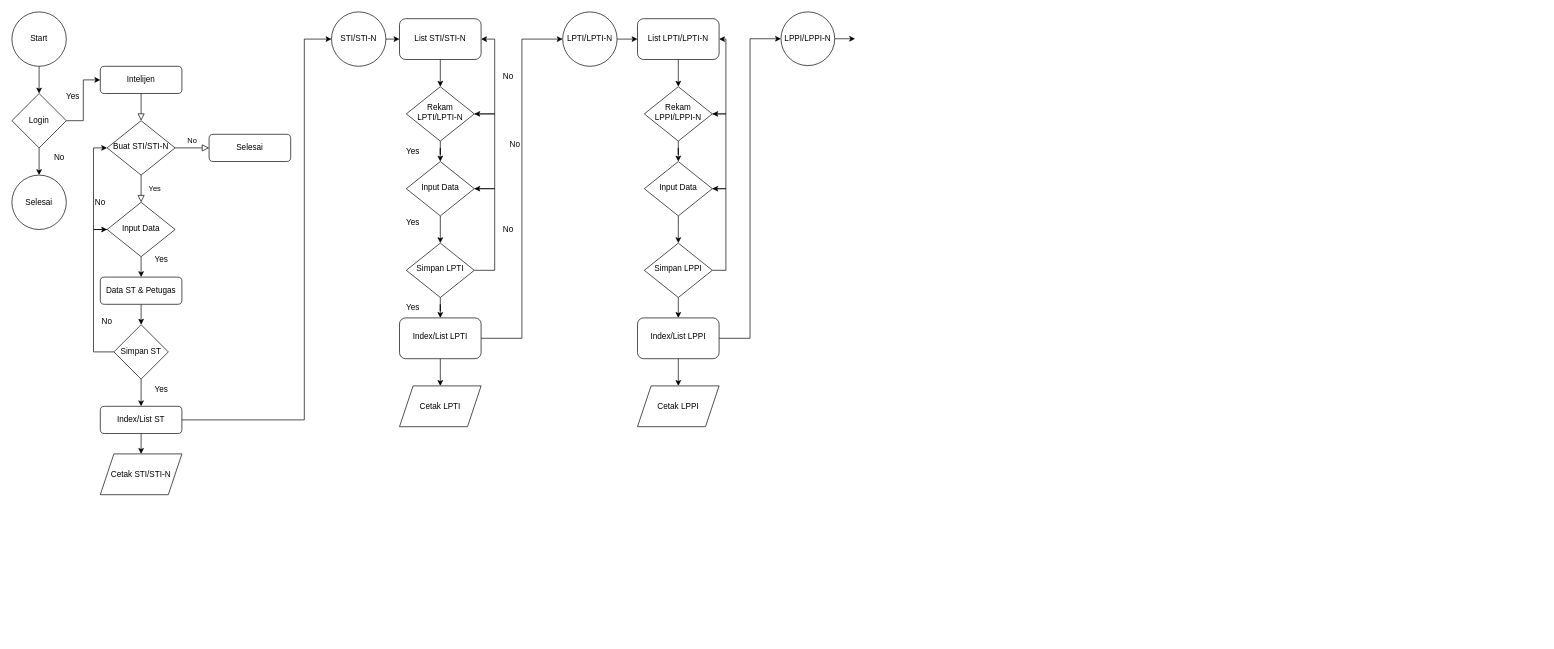
This is matoa.drawio from ridhobc/nento-resolusi, a draw.io file, before an edit. Source tidied: cells renumbered, new cells numbered last; positions are measured from the earlier drawing's top-left corner, leaving out a move shared by most shapes. Both pictures are drawn from the tidied source at 68%, with x=0, y=0 at pixel (12, 12).
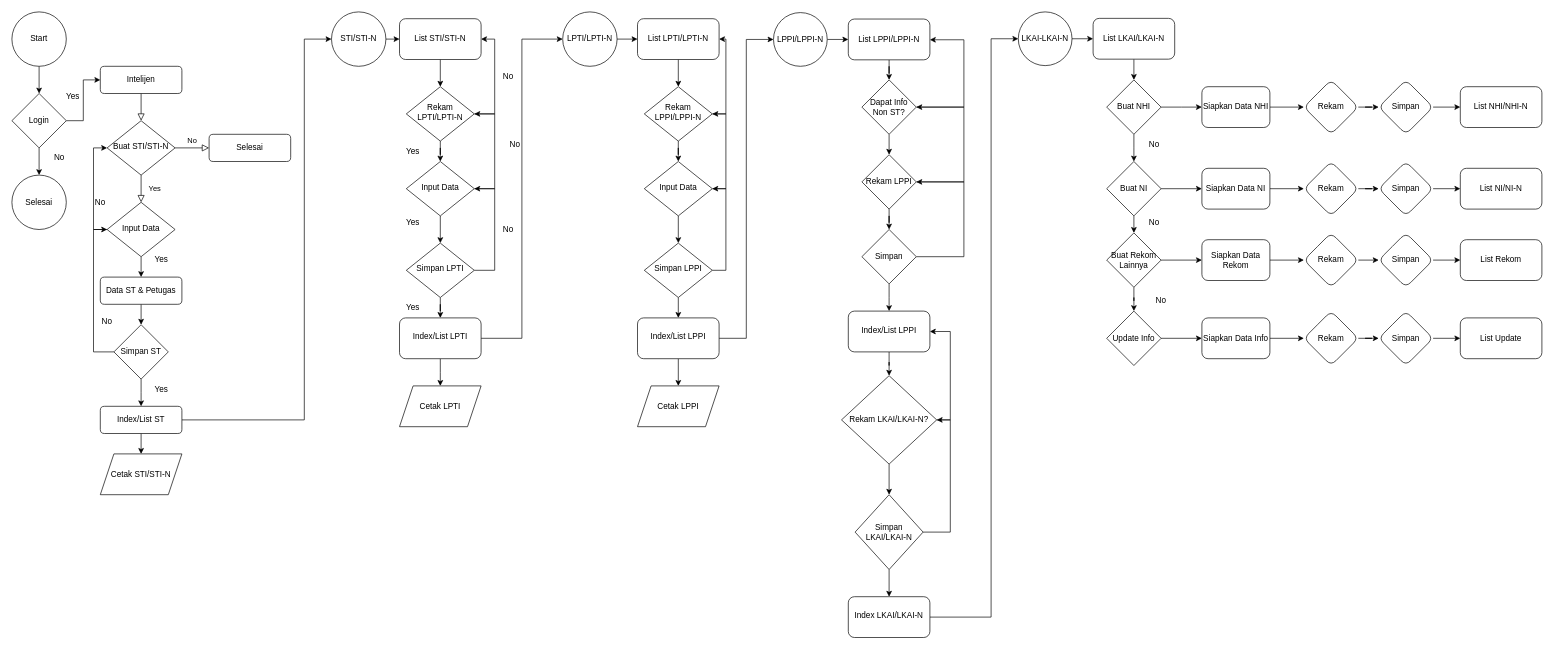
After the change.

Diff of the diagram source:
```diff
@@
-    <mxCell id="72" style="edgeStyle=orthogonalEdgeStyle;rounded=0;jettySize=auto;html=1;" parent="1" edge="1" source="73">
-      <mxGeometry relative="1" as="geometry">
-        <mxPoint x="1240" y="39.5" as="targetPoint" />
-      </mxGeometry>
-    </mxCell>
+    <mxCell id="74" style="edgeStyle=orthogonalEdgeStyle;rounded=0;jettySize=auto;html=1;exitX=1;exitY=0.5;exitDx=0;exitDy=0;entryX=0;entryY=0.5;entryDx=0;entryDy=0;" parent="1" edge="1" source="73" target="76">
+      <mxGeometry relative="1" as="geometry" />
+    </mxCell>
     <mxCell id="73" value="LPPI/LPPI-N" style="ellipse;whiteSpace=wrap;html=1;" parent="1" vertex="1">
-      <mxGeometry x="1131" width="79" height="79" as="geometry" />
+      <mxGeometry x="1120" y="1" width="79" height="79" as="geometry" />
     </mxCell>
+    <mxCell id="75" style="edgeStyle=orthogonalEdgeStyle;rounded=0;jettySize=auto;html=1;entryX=0.5;entryY=0;entryDx=0;entryDy=0;" parent="1" edge="1" source="76" target="79">
+      <mxGeometry relative="1" as="geometry" />
+    </mxCell>
+    <mxCell id="76" value="List LPPI/LPPI-N" style="rounded=1;whiteSpace=wrap;html=1;" parent="1" vertex="1">
+      <mxGeometry x="1230" y="10.5" width="120" height="60" as="geometry" />
+    </mxCell>
+    <mxCell id="77" style="edgeStyle=orthogonalEdgeStyle;rounded=0;jettySize=auto;html=1;exitX=0.5;exitY=1;exitDx=0;exitDy=0;" parent="1" edge="1" source="79">
+      <mxGeometry relative="1" as="geometry">
+        <mxPoint x="1290" y="210" as="targetPoint" />
+      </mxGeometry>
+    </mxCell>
+    <mxCell id="78" style="edgeStyle=orthogonalEdgeStyle;rounded=0;jettySize=auto;html=1;exitX=1;exitY=0.5;exitDx=0;exitDy=0;" parent="1" edge="1" source="79" target="76">
+      <mxGeometry relative="1" as="geometry">
+        <Array as="points">
+          <mxPoint x="1400" y="140" />
+          <mxPoint x="1400" y="41" />
+        </Array>
+      </mxGeometry>
+    </mxCell>
+    <mxCell id="79" value="Dapat Info Non ST?" style="rhombus;whiteSpace=wrap;html=1;" parent="1" vertex="1">
+      <mxGeometry x="1250" y="100" width="80" height="80" as="geometry" />
+    </mxCell>
+    <mxCell id="80" style="edgeStyle=orthogonalEdgeStyle;rounded=0;jettySize=auto;html=1;exitX=1;exitY=0.5;exitDx=0;exitDy=0;entryX=1;entryY=0.5;entryDx=0;entryDy=0;" parent="1" edge="1" source="82" target="79">
+      <mxGeometry relative="1" as="geometry">
+        <Array as="points">
+          <mxPoint x="1400" y="250" />
+          <mxPoint x="1400" y="140" />
+        </Array>
+      </mxGeometry>
+    </mxCell>
+    <mxCell id="81" style="edgeStyle=orthogonalEdgeStyle;rounded=0;jettySize=auto;html=1;exitX=0.5;exitY=1;exitDx=0;exitDy=0;" parent="1" edge="1" source="82" target="85">
+      <mxGeometry relative="1" as="geometry" />
+    </mxCell>
+    <mxCell id="82" value="Rekam LPPI" style="rhombus;whiteSpace=wrap;html=1;" parent="1" vertex="1">
+      <mxGeometry x="1250" y="210" width="80" height="80" as="geometry" />
+    </mxCell>
+    <mxCell id="83" style="edgeStyle=orthogonalEdgeStyle;rounded=0;jettySize=auto;html=1;exitX=1;exitY=0.5;exitDx=0;exitDy=0;entryX=1;entryY=0.5;entryDx=0;entryDy=0;" parent="1" edge="1" source="85" target="82">
+      <mxGeometry relative="1" as="geometry">
+        <Array as="points">
+          <mxPoint x="1400" y="360" />
+          <mxPoint x="1400" y="250" />
+        </Array>
+      </mxGeometry>
+    </mxCell>
+    <mxCell id="84" style="edgeStyle=orthogonalEdgeStyle;rounded=0;jettySize=auto;html=1;exitX=0.5;exitY=1;exitDx=0;exitDy=0;" parent="1" edge="1" source="85">
+      <mxGeometry relative="1" as="geometry">
+        <mxPoint x="1290" y="440" as="targetPoint" />
+      </mxGeometry>
+    </mxCell>
+    <mxCell id="85" value="Simpan" style="rhombus;whiteSpace=wrap;html=1;" parent="1" vertex="1">
+      <mxGeometry x="1250" y="320" width="80" height="80" as="geometry" />
+    </mxCell>
+    <mxCell id="86" style="edgeStyle=orthogonalEdgeStyle;rounded=0;jettySize=auto;html=1;entryX=0.5;entryY=0;entryDx=0;entryDy=0;" parent="1" edge="1" source="87" target="90">
+      <mxGeometry relative="1" as="geometry" />
+    </mxCell>
+    <mxCell id="87" value="Index/List LPPI" style="rounded=1;whiteSpace=wrap;html=1;shadow=0;strokeWidth=1;spacing=6;spacingTop=-4;" parent="1" vertex="1">
+      <mxGeometry x="1230" y="440" width="120" height="60" as="geometry" />
+    </mxCell>
+    <mxCell id="88" style="edgeStyle=orthogonalEdgeStyle;rounded=0;jettySize=auto;html=1;exitX=1;exitY=0.5;exitDx=0;exitDy=0;entryX=1;entryY=0.5;entryDx=0;entryDy=0;" parent="1" edge="1" source="90" target="87">
+      <mxGeometry relative="1" as="geometry" />
+    </mxCell>
+    <mxCell id="89" style="edgeStyle=orthogonalEdgeStyle;rounded=0;jettySize=auto;html=1;" parent="1" edge="1" source="90" target="93">
+      <mxGeometry relative="1" as="geometry" />
+    </mxCell>
+    <mxCell id="90" value="Rekam LKAI/LKAI-N?&lt;br&gt;" style="rhombus;whiteSpace=wrap;html=1;" parent="1" vertex="1">
+      <mxGeometry x="1220" y="535" width="140" height="130" as="geometry" />
+    </mxCell>
+    <mxCell id="91" style="edgeStyle=orthogonalEdgeStyle;rounded=0;jettySize=auto;html=1;exitX=1;exitY=0.5;exitDx=0;exitDy=0;entryX=1;entryY=0.5;entryDx=0;entryDy=0;" parent="1" edge="1" source="93" target="90">
+      <mxGeometry relative="1" as="geometry">
+        <Array as="points">
+          <mxPoint x="1380" y="765" />
+          <mxPoint x="1380" y="600" />
+        </Array>
+      </mxGeometry>
+    </mxCell>
+    <mxCell id="92" style="edgeStyle=orthogonalEdgeStyle;rounded=0;jettySize=auto;html=1;exitX=0.5;exitY=1;exitDx=0;exitDy=0;" parent="1" edge="1" source="93" target="95">
+      <mxGeometry relative="1" as="geometry" />
+    </mxCell>
+    <mxCell id="93" value="Simpan LKAI/LKAI-N" style="rhombus;whiteSpace=wrap;html=1;" parent="1" vertex="1">
+      <mxGeometry x="1240" y="710" width="100" height="110" as="geometry" />
+    </mxCell>
+    <mxCell id="94" style="edgeStyle=orthogonalEdgeStyle;rounded=0;jettySize=auto;html=1;exitX=1;exitY=0.5;exitDx=0;exitDy=0;entryX=0;entryY=0.5;entryDx=0;entryDy=0;" parent="1" edge="1" source="95" target="97">
+      <mxGeometry relative="1" as="geometry">
+        <Array as="points">
+          <mxPoint x="1440" y="890" />
+          <mxPoint x="1440" y="40" />
+        </Array>
+      </mxGeometry>
+    </mxCell>
+    <mxCell id="95" value="Index LKAI/LKAI-N" style="rounded=1;whiteSpace=wrap;html=1;shadow=0;strokeWidth=1;spacing=6;spacingTop=-4;" parent="1" vertex="1">
+      <mxGeometry x="1230" y="860" width="120" height="60" as="geometry" />
+    </mxCell>
+    <mxCell id="96" style="edgeStyle=orthogonalEdgeStyle;rounded=0;jettySize=auto;html=1;exitX=1;exitY=0.5;exitDx=0;exitDy=0;entryX=0;entryY=0.5;entryDx=0;entryDy=0;" parent="1" edge="1" source="97" target="99">
+      <mxGeometry relative="1" as="geometry" />
+    </mxCell>
+    <mxCell id="97" value="LKAI-LKAI-N" style="ellipse;whiteSpace=wrap;html=1;" parent="1" vertex="1">
+      <mxGeometry x="1480" width="79" height="79" as="geometry" />
+    </mxCell>
+    <mxCell id="98" style="edgeStyle=orthogonalEdgeStyle;rounded=0;jettySize=auto;html=1;exitX=0.5;exitY=1;exitDx=0;exitDy=0;" parent="1" edge="1" source="99">
+      <mxGeometry relative="1" as="geometry">
+        <mxPoint x="1650" y="100" as="targetPoint" />
+      </mxGeometry>
+    </mxCell>
+    <mxCell id="99" value="List LKAI/LKAI-N" style="rounded=1;whiteSpace=wrap;html=1;" parent="1" vertex="1">
+      <mxGeometry x="1590" y="9.5" width="120" height="60" as="geometry" />
+    </mxCell>
+    <mxCell id="100" style="edgeStyle=orthogonalEdgeStyle;rounded=0;jettySize=auto;html=1;exitX=0.5;exitY=1;exitDx=0;exitDy=0;" parent="1" edge="1" source="102">
+      <mxGeometry relative="1" as="geometry">
+        <mxPoint x="1650" y="220" as="targetPoint" />
+      </mxGeometry>
+    </mxCell>
+    <mxCell id="101" style="edgeStyle=orthogonalEdgeStyle;rounded=0;jettySize=auto;html=1;exitX=1;exitY=0.5;exitDx=0;exitDy=0;" parent="1" edge="1" source="102">
+      <mxGeometry relative="1" as="geometry">
+        <mxPoint x="1750" y="140" as="targetPoint" />
+      </mxGeometry>
+    </mxCell>
+    <mxCell id="102" value="Buat NHI" style="rhombus;whiteSpace=wrap;html=1;" parent="1" vertex="1">
+      <mxGeometry x="1610" y="100" width="80" height="80" as="geometry" />
+    </mxCell>
+    <mxCell id="103" style="edgeStyle=orthogonalEdgeStyle;rounded=0;jettySize=auto;html=1;exitX=0.5;exitY=1;exitDx=0;exitDy=0;entryX=0.5;entryY=0;entryDx=0;entryDy=0;" parent="1" edge="1" source="105" target="108">
+      <mxGeometry relative="1" as="geometry" />
+    </mxCell>
+    <mxCell id="104" style="edgeStyle=orthogonalEdgeStyle;rounded=0;jettySize=auto;html=1;exitX=1;exitY=0.5;exitDx=0;exitDy=0;entryX=0;entryY=0.5;entryDx=0;entryDy=0;" parent="1" edge="1" source="105" target="122">
+      <mxGeometry relative="1" as="geometry" />
+    </mxCell>
+    <mxCell id="105" value="Buat NI" style="rhombus;whiteSpace=wrap;html=1;" parent="1" vertex="1">
+      <mxGeometry x="1610" y="220" width="80" height="80" as="geometry" />
+    </mxCell>
+    <mxCell id="106" style="edgeStyle=orthogonalEdgeStyle;rounded=0;jettySize=auto;html=1;exitX=0.5;exitY=1;exitDx=0;exitDy=0;" parent="1" edge="1" source="108" target="110">
+      <mxGeometry relative="1" as="geometry" />
+    </mxCell>
+    <mxCell id="107" style="edgeStyle=orthogonalEdgeStyle;rounded=0;jettySize=auto;html=1;entryX=0;entryY=0.5;entryDx=0;entryDy=0;" parent="1" edge="1" source="108" target="129">
+      <mxGeometry relative="1" as="geometry" />
+    </mxCell>
+    <mxCell id="108" value="Buat Rekom Lainnya" style="rhombus;whiteSpace=wrap;html=1;" parent="1" vertex="1">
+      <mxGeometry x="1610" y="325" width="80" height="80" as="geometry" />
+    </mxCell>
+    <mxCell id="109" style="edgeStyle=orthogonalEdgeStyle;rounded=0;jettySize=auto;html=1;exitX=1;exitY=0.5;exitDx=0;exitDy=0;entryX=0;entryY=0.5;entryDx=0;entryDy=0;" parent="1" edge="1" source="110" target="136">
+      <mxGeometry relative="1" as="geometry" />
+    </mxCell>
+    <mxCell id="110" value="Update Info" style="rhombus;whiteSpace=wrap;html=1;" parent="1" vertex="1">
+      <mxGeometry x="1610" y="440" width="80" height="80" as="geometry" />
+    </mxCell>
+    <mxCell id="111" value="No" style="text;html=1;strokeColor=none;fillColor=none;align=center;verticalAlign=middle;whiteSpace=wrap;rounded=0;" parent="1" vertex="1">
+      <mxGeometry x="1650" y="180" width="60" height="30" as="geometry" />
+    </mxCell>
+    <mxCell id="112" value="No" style="text;html=1;strokeColor=none;fillColor=none;align=center;verticalAlign=middle;whiteSpace=wrap;rounded=0;" parent="1" vertex="1">
+      <mxGeometry x="1650" y="295" width="60" height="30" as="geometry" />
+    </mxCell>
+    <mxCell id="113" value="No" style="text;html=1;strokeColor=none;fillColor=none;align=center;verticalAlign=middle;whiteSpace=wrap;rounded=0;" parent="1" vertex="1">
+      <mxGeometry x="1660" y="410" width="60" height="30" as="geometry" />
+    </mxCell>
+    <mxCell id="114" style="edgeStyle=orthogonalEdgeStyle;rounded=0;jettySize=auto;html=1;" parent="1" edge="1" source="115" target="117">
+      <mxGeometry relative="1" as="geometry" />
+    </mxCell>
+    <mxCell id="115" value="Siapkan Data NHI" style="rounded=1;whiteSpace=wrap;html=1;" parent="1" vertex="1">
+      <mxGeometry x="1750" y="110" width="100" height="60" as="geometry" />
+    </mxCell>
+    <mxCell id="116" style="edgeStyle=orthogonalEdgeStyle;rounded=0;jettySize=auto;html=1;" parent="1" edge="1" source="117" target="119">
+      <mxGeometry relative="1" as="geometry" />
+    </mxCell>
+    <mxCell id="117" value="Rekam" style="rhombus;whiteSpace=wrap;html=1;rounded=1;" parent="1" vertex="1">
+      <mxGeometry x="1900" y="100" width="80" height="80" as="geometry" />
+    </mxCell>
+    <mxCell id="118" style="edgeStyle=orthogonalEdgeStyle;rounded=0;jettySize=auto;html=1;" parent="1" edge="1" source="119" target="120">
+      <mxGeometry relative="1" as="geometry" />
+    </mxCell>
+    <mxCell id="119" value="Simpan" style="rhombus;whiteSpace=wrap;html=1;rounded=1;" parent="1" vertex="1">
+      <mxGeometry x="2010" y="100" width="80" height="80" as="geometry" />
+    </mxCell>
+    <mxCell id="120" value="List NHI/NHI-N" style="whiteSpace=wrap;html=1;rounded=1;" parent="1" vertex="1">
+      <mxGeometry x="2130" y="110" width="120" height="60" as="geometry" />
+    </mxCell>
+    <mxCell id="121" style="edgeStyle=orthogonalEdgeStyle;rounded=0;jettySize=auto;html=1;exitX=1;exitY=0.5;exitDx=0;exitDy=0;entryX=0;entryY=0.5;entryDx=0;entryDy=0;" parent="1" edge="1" source="122" target="124">
+      <mxGeometry relative="1" as="geometry" />
+    </mxCell>
+    <mxCell id="122" value="Siapkan Data NI" style="rounded=1;whiteSpace=wrap;html=1;" parent="1" vertex="1">
+      <mxGeometry x="1750" y="230" width="100" height="60" as="geometry" />
+    </mxCell>
+    <mxCell id="123" style="edgeStyle=orthogonalEdgeStyle;rounded=0;jettySize=auto;html=1;entryX=0;entryY=0.5;entryDx=0;entryDy=0;" parent="1" edge="1" source="124" target="126">
+      <mxGeometry relative="1" as="geometry" />
+    </mxCell>
+    <mxCell id="124" value="Rekam" style="rhombus;whiteSpace=wrap;html=1;rounded=1;" parent="1" vertex="1">
+      <mxGeometry x="1900" y="220" width="80" height="80" as="geometry" />
+    </mxCell>
+    <mxCell id="125" style="edgeStyle=orthogonalEdgeStyle;rounded=0;jettySize=auto;html=1;exitX=1;exitY=0.5;exitDx=0;exitDy=0;entryX=0;entryY=0.5;entryDx=0;entryDy=0;" parent="1" edge="1" source="126" target="127">
+      <mxGeometry relative="1" as="geometry" />
+    </mxCell>
+    <mxCell id="126" value="Simpan" style="rhombus;whiteSpace=wrap;html=1;rounded=1;" parent="1" vertex="1">
+      <mxGeometry x="2010" y="220" width="80" height="80" as="geometry" />
+    </mxCell>
+    <mxCell id="127" value="List NI/NI-N" style="whiteSpace=wrap;html=1;rounded=1;" parent="1" vertex="1">
+      <mxGeometry x="2130" y="230" width="120" height="60" as="geometry" />
+    </mxCell>
+    <mxCell id="128" style="edgeStyle=orthogonalEdgeStyle;rounded=0;jettySize=auto;html=1;exitX=1;exitY=0.5;exitDx=0;exitDy=0;entryX=0;entryY=0.5;entryDx=0;entryDy=0;" parent="1" edge="1" source="129" target="131">
+      <mxGeometry relative="1" as="geometry" />
+    </mxCell>
+    <mxCell id="129" value="Siapkan Data Rekom" style="rounded=1;whiteSpace=wrap;html=1;" parent="1" vertex="1">
+      <mxGeometry x="1750" y="335" width="100" height="60" as="geometry" />
+    </mxCell>
+    <mxCell id="130" style="edgeStyle=orthogonalEdgeStyle;rounded=0;jettySize=auto;html=1;exitX=1;exitY=0.5;exitDx=0;exitDy=0;entryX=0;entryY=0.5;entryDx=0;entryDy=0;" parent="1" edge="1" source="131" target="133">
+      <mxGeometry relative="1" as="geometry" />
+    </mxCell>
+    <mxCell id="131" value="Rekam" style="rhombus;whiteSpace=wrap;html=1;rounded=1;" parent="1" vertex="1">
+      <mxGeometry x="1900" y="325" width="80" height="80" as="geometry" />
+    </mxCell>
+    <mxCell id="132" style="edgeStyle=orthogonalEdgeStyle;rounded=0;jettySize=auto;html=1;exitX=1;exitY=0.5;exitDx=0;exitDy=0;entryX=0;entryY=0.5;entryDx=0;entryDy=0;" parent="1" edge="1" source="133" target="134">
+      <mxGeometry relative="1" as="geometry" />
+    </mxCell>
+    <mxCell id="133" value="Simpan" style="rhombus;whiteSpace=wrap;html=1;rounded=1;" parent="1" vertex="1">
+      <mxGeometry x="2010" y="325" width="80" height="80" as="geometry" />
+    </mxCell>
+    <mxCell id="134" value="List Rekom" style="whiteSpace=wrap;html=1;rounded=1;" parent="1" vertex="1">
+      <mxGeometry x="2130" y="335" width="120" height="60" as="geometry" />
+    </mxCell>
+    <mxCell id="135" style="edgeStyle=orthogonalEdgeStyle;rounded=0;jettySize=auto;html=1;exitX=1;exitY=0.5;exitDx=0;exitDy=0;entryX=0;entryY=0.5;entryDx=0;entryDy=0;" parent="1" edge="1" source="136" target="138">
+      <mxGeometry relative="1" as="geometry" />
+    </mxCell>
+    <mxCell id="136" value="Siapkan Data Info" style="rounded=1;whiteSpace=wrap;html=1;" parent="1" vertex="1">
+      <mxGeometry x="1750" y="450" width="100" height="60" as="geometry" />
+    </mxCell>
+    <mxCell id="137" style="edgeStyle=orthogonalEdgeStyle;rounded=0;jettySize=auto;html=1;exitX=1;exitY=0.5;exitDx=0;exitDy=0;" parent="1" edge="1" source="138" target="140">
+      <mxGeometry relative="1" as="geometry" />
+    </mxCell>
+    <mxCell id="138" value="Rekam" style="rhombus;whiteSpace=wrap;html=1;rounded=1;" parent="1" vertex="1">
+      <mxGeometry x="1900" y="440" width="80" height="80" as="geometry" />
+    </mxCell>
+    <mxCell id="139" style="edgeStyle=orthogonalEdgeStyle;rounded=0;jettySize=auto;html=1;exitX=1;exitY=0.5;exitDx=0;exitDy=0;entryX=0;entryY=0.5;entryDx=0;entryDy=0;" parent="1" edge="1" source="140" target="141">
+      <mxGeometry relative="1" as="geometry" />
+    </mxCell>
+    <mxCell id="140" value="Simpan" style="rhombus;whiteSpace=wrap;html=1;rounded=1;" parent="1" vertex="1">
+      <mxGeometry x="2010" y="440" width="80" height="80" as="geometry" />
+    </mxCell>
+    <mxCell id="141" value="List Update" style="whiteSpace=wrap;html=1;rounded=1;" parent="1" vertex="1">
+      <mxGeometry x="2130" y="450" width="120" height="60" as="geometry" />
+    </mxCell>
```
